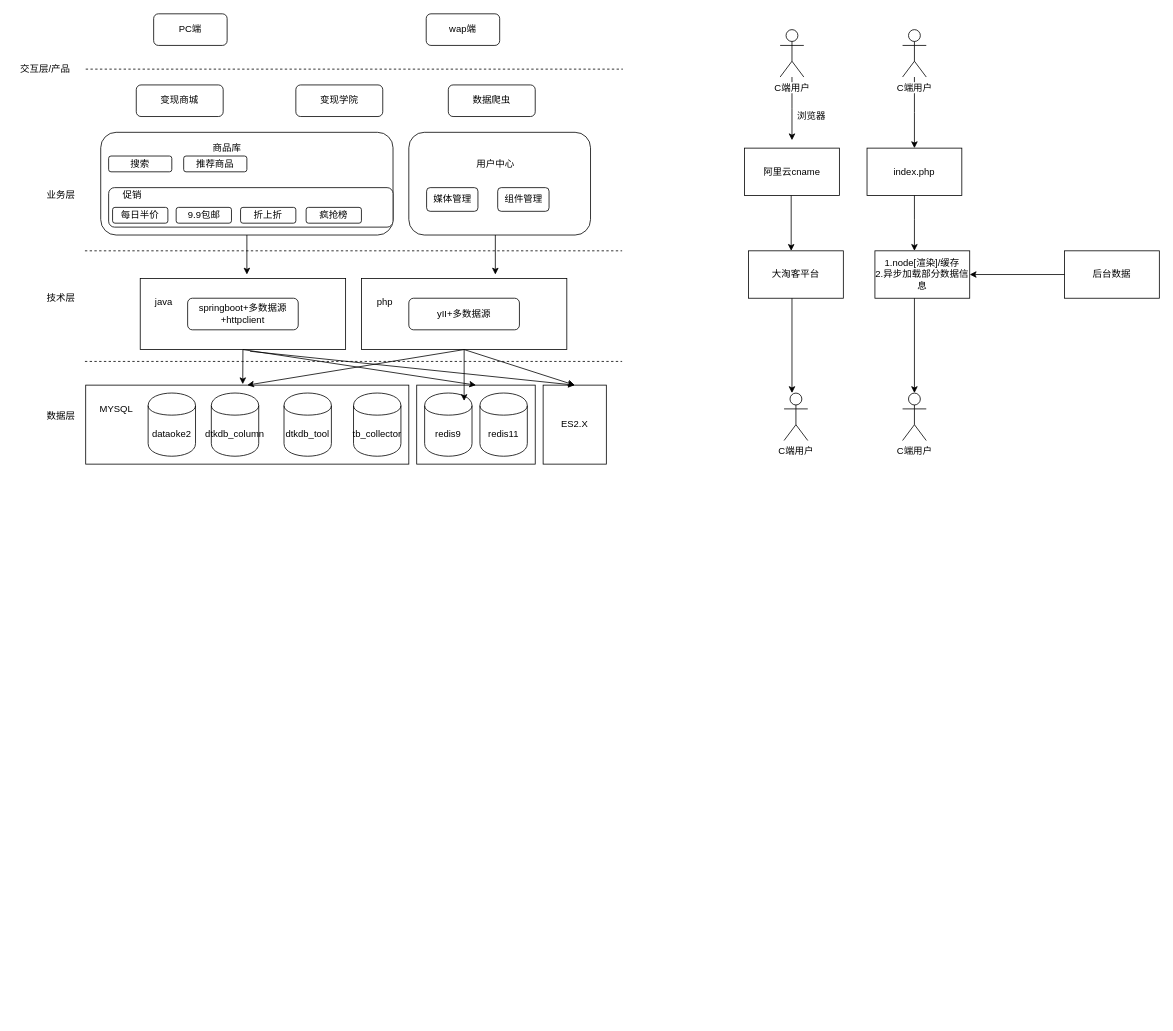
Earlier version of the draw.io diagram 1.drawio (sevenDay2014/dtk). Source tidied: cells renumbered, new cells numbered last; positions are measured from the earlier drawing's top-left corner, leaving out a move shared by most shapes. Both pictures are drawn from the tidied source at 79%, with x=0, y=0 at pixel (13, 13).
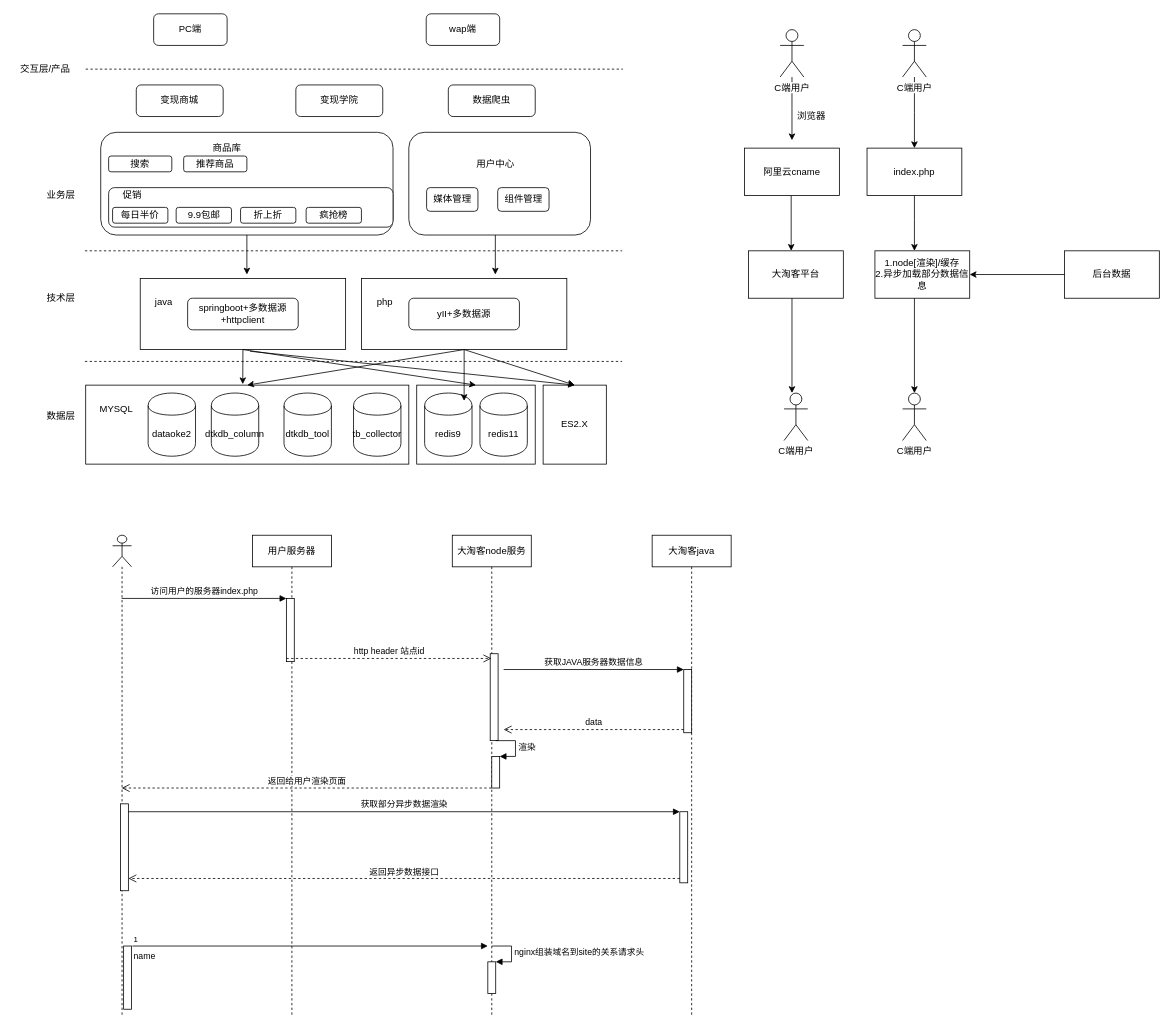
The same diagram, later.

Commit message:
v1.0.0-feature:时序图node的

What changed in the source:
```diff
@@
+    <mxCell id="69" value="用户服务器" style="shape=umlLifeline;perimeter=lifelinePerimeter;whiteSpace=wrap;html=1;" parent="1" vertex="1">
+      <mxGeometry x="302" y="660" width="100" height="610" as="geometry" />
+    </mxCell>
+    <mxCell id="70" style="shape=umlLifeline;participant=umlActor;perimeter=lifelinePerimeter;whiteSpace=wrap;html=1;verticalAlign=top;spacingTop=36;labelBackgroundColor=#ffffff;outlineConnect=0;" parent="1" vertex="1">
+      <mxGeometry x="125" y="660" width="24" height="610" as="geometry" />
+    </mxCell>
+    <mxCell id="71" style="html=1;points=[];perimeter=orthogonalPerimeter;" parent="70" vertex="1">
+      <mxGeometry x="10" y="340" width="10" height="110" as="geometry" />
+    </mxCell>
+    <mxCell id="72" style="html=1;perimeter=orthogonalPerimeter;" parent="70" vertex="1">
+      <mxGeometry x="14" y="520" width="10" height="80" as="geometry" />
+    </mxCell>
+    <mxCell id="73" value="大淘客node服务" style="shape=umlLifeline;perimeter=lifelinePerimeter;whiteSpace=wrap;html=1;outlineConnect=0;" parent="1" vertex="1">
+      <mxGeometry x="555" y="660" width="100" height="610" as="geometry" />
+    </mxCell>
+    <mxCell id="74" style="html=1;perimeter=orthogonalPerimeter;" parent="73" vertex="1">
+      <mxGeometry x="48" y="150" width="10" height="110" as="geometry" />
+    </mxCell>
+    <mxCell id="75" style="html=1;points=[];perimeter=orthogonalPerimeter;" parent="73" vertex="1">
+      <mxGeometry x="50" y="280" width="10" height="40" as="geometry" />
+    </mxCell>
+    <mxCell id="76" value="渲染" style="edgeStyle=orthogonalEdgeStyle;html=1;align=left;spacingLeft=2;endArrow=block;rounded=0;entryX=1;entryY=0;" parent="73" edge="1" target="75">
+      <mxGeometry relative="1" as="geometry">
+        <mxPoint x="55" y="260" as="sourcePoint" />
+        <Array as="points">
+          <mxPoint x="80" y="260" />
+        </Array>
+      </mxGeometry>
+    </mxCell>
+    <mxCell id="77" style="html=1;points=[];perimeter=orthogonalPerimeter;" parent="73" vertex="1">
+      <mxGeometry x="45" y="540" width="10" height="40" as="geometry" />
+    </mxCell>
+    <mxCell id="78" value="nginx组装域名到site的关系请求头" style="edgeStyle=orthogonalEdgeStyle;html=1;align=left;spacingLeft=2;endArrow=block;rounded=0;entryX=1;entryY=0;" parent="73" edge="1" target="77">
+      <mxGeometry relative="1" as="geometry">
+        <mxPoint x="50" y="520" as="sourcePoint" />
+        <Array as="points">
+          <mxPoint x="75" y="520" />
+        </Array>
+      </mxGeometry>
+    </mxCell>
+    <mxCell id="79" value="大淘客java" style="shape=umlLifeline;perimeter=lifelinePerimeter;whiteSpace=wrap;html=1;" parent="1" vertex="1">
+      <mxGeometry x="808" y="660" width="100" height="610" as="geometry" />
+    </mxCell>
+    <mxCell id="80" style="html=1;points=[];perimeter=orthogonalPerimeter;" parent="79" vertex="1">
+      <mxGeometry x="40" y="170" width="10" height="80" as="geometry" />
+    </mxCell>
+    <mxCell id="81" style="html=1;points=[];perimeter=orthogonalPerimeter;" parent="79" vertex="1">
+      <mxGeometry x="35" y="350" width="10" height="90" as="geometry" />
+    </mxCell>
+    <mxCell id="82" style="html=1;points=[];perimeter=orthogonalPerimeter;" parent="1" vertex="1">
+      <mxGeometry x="345" y="740" width="10" height="80" as="geometry" />
+    </mxCell>
+    <mxCell id="83" value="访问用户的服务器index.php" style="html=1;verticalAlign=bottom;endArrow=block;entryX=0;entryY=0;" parent="1" edge="1" source="70" target="82">
+      <mxGeometry relative="1" as="geometry" />
+    </mxCell>
+    <mxCell id="84" value="http header 站点id" style="html=1;verticalAlign=bottom;endArrow=open;dashed=1;endSize=8;exitX=0;exitY=0.95;" parent="1" edge="1" source="82" target="73">
+      <mxGeometry relative="1" as="geometry" />
+    </mxCell>
+    <mxCell id="85" value="获取JAVA服务器数据信息" style="html=1;verticalAlign=bottom;endArrow=block;entryX=0;entryY=0;" parent="1" edge="1" target="80">
+      <mxGeometry relative="1" as="geometry">
+        <mxPoint x="620" y="830" as="sourcePoint" />
+      </mxGeometry>
+    </mxCell>
+    <mxCell id="86" value="data" style="html=1;verticalAlign=bottom;endArrow=open;dashed=1;endSize=8;exitX=0;exitY=0.95;" parent="1" edge="1" source="80">
+      <mxGeometry relative="1" as="geometry">
+        <mxPoint x="620" y="906" as="targetPoint" />
+      </mxGeometry>
+    </mxCell>
+    <mxCell id="87" value="返回给用户渲染页面" style="html=1;verticalAlign=bottom;endArrow=open;dashed=1;endSize=8;" parent="1" edge="1" source="73" target="70">
+      <mxGeometry relative="1" as="geometry">
+        <Array as="points">
+          <mxPoint x="480" y="980" />
+        </Array>
+      </mxGeometry>
+    </mxCell>
+    <mxCell id="88" value="获取部分异步数据渲染" style="html=1;verticalAlign=bottom;endArrow=block;entryX=0;entryY=0;" parent="1" edge="1" source="71" target="81">
+      <mxGeometry relative="1" as="geometry" />
+    </mxCell>
+    <mxCell id="89" value="返回异步数据接口" style="html=1;verticalAlign=bottom;endArrow=open;dashed=1;endSize=8;exitX=0;exitY=0.95;" parent="1" edge="1" target="71">
+      <mxGeometry relative="1" as="geometry">
+        <mxPoint x="843" y="1094.5" as="sourcePoint" />
+      </mxGeometry>
+    </mxCell>
+    <mxCell id="90" value="name" style="endArrow=block;endFill=1;html=1;edgeStyle=orthogonalEdgeStyle;align=left;verticalAlign=top;" parent="1" edge="1">
+      <mxGeometry x="-1" relative="1" as="geometry">
+        <mxPoint x="150" y="1180" as="sourcePoint" />
+        <mxPoint x="600" y="1180" as="targetPoint" />
+      </mxGeometry>
+    </mxCell>
+    <mxCell id="91" value="1" style="html=1;align=left;verticalAlign=bottom;labelBackgroundColor=#ffffff;fontSize=10;" parent="90" vertex="1">
+      <mxGeometry x="-1" relative="1" as="geometry" />
+    </mxCell>
```
